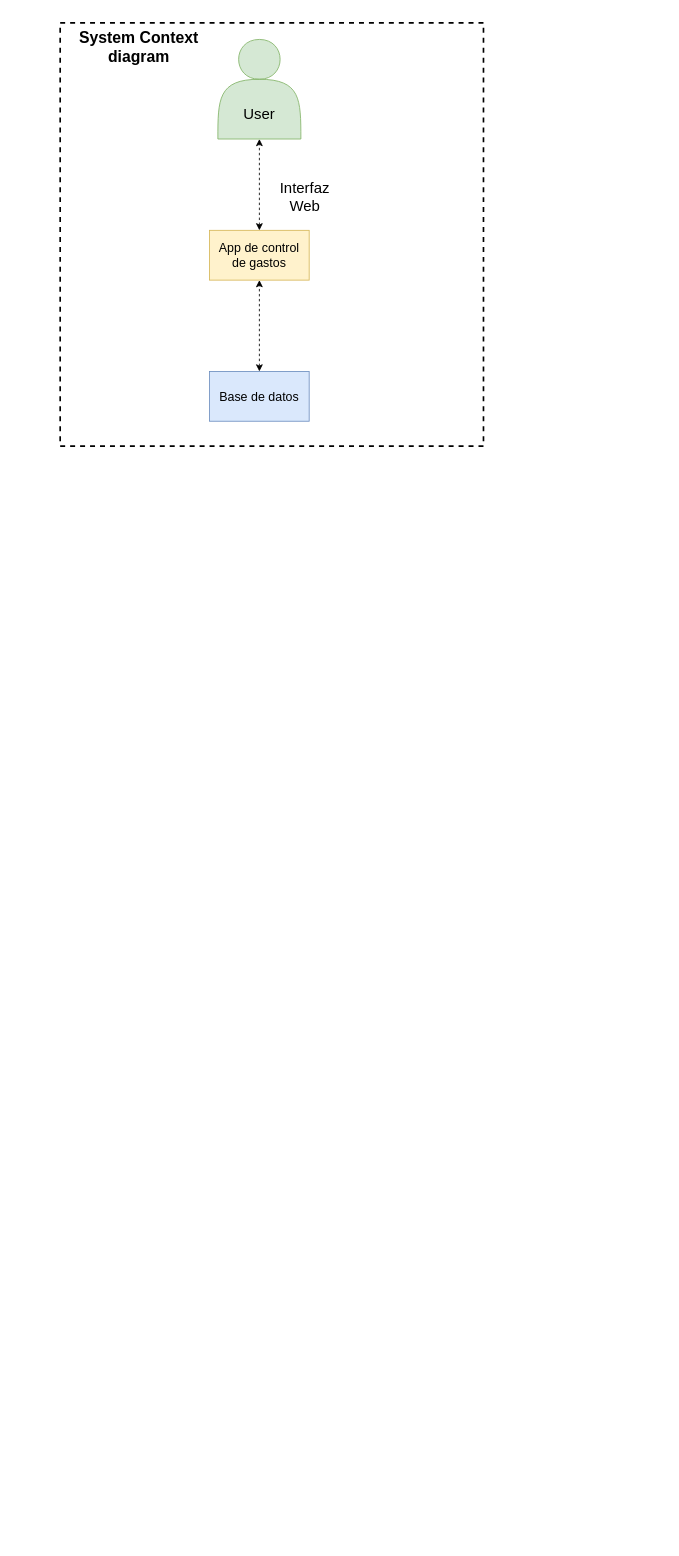
Earlier version of the draw.io diagram Diagram/C4-diagram.drawio (Camilo2299/CI-CD-Project). Source tidied: cells renumbered, new cells numbered last; positions are measured from the earlier drawing's top-left corner, leaving out a move shared by most shapes. Both pictures are drawn from the tidied source at 83%, with x=0, y=0 at pixel (60, 14).
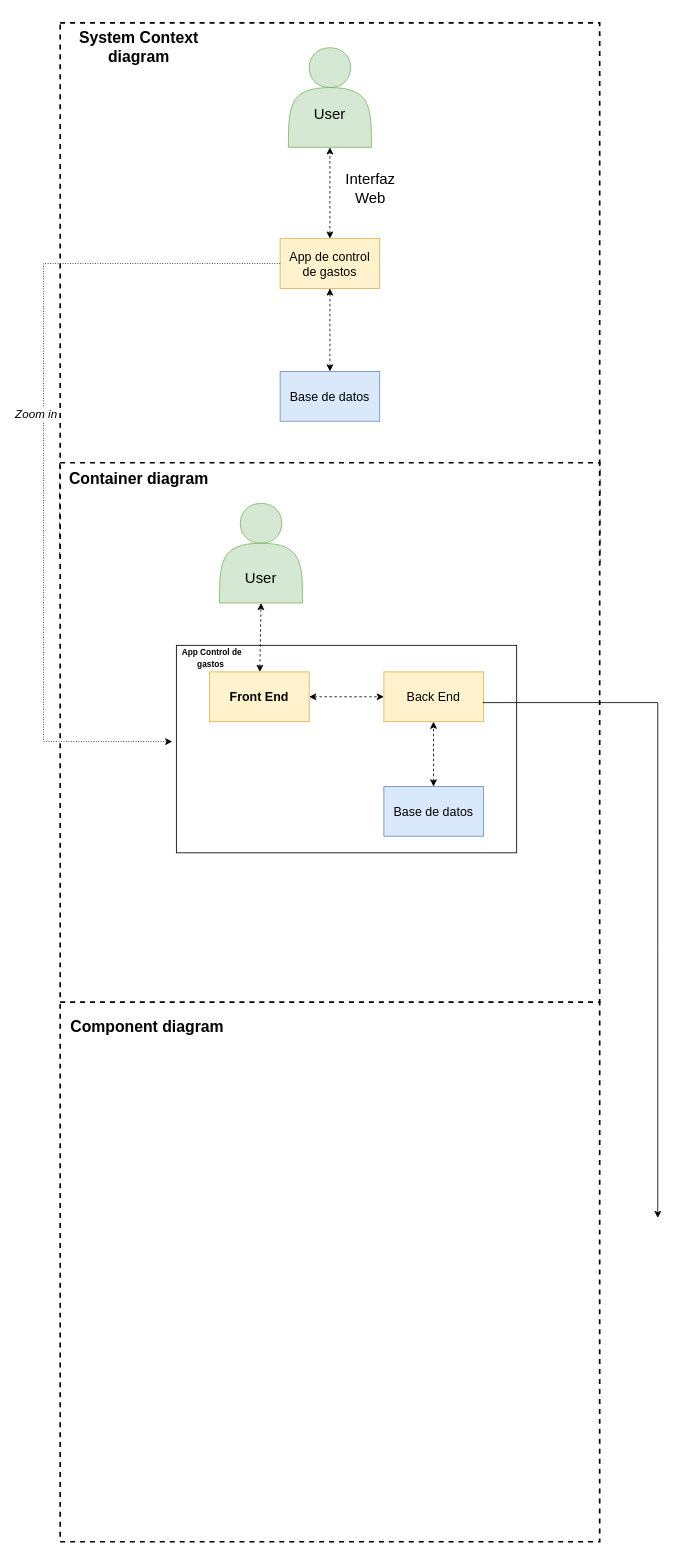
The same page after the edit.

Change to the diagram source:
```diff
@@
     <mxCell id="2" style="whiteSpace=wrap;html=1;dashed=1;strokeWidth=2;" parent="1" vertex="1">
-      <mxGeometry y="10" width="510" height="510" as="geometry" />
+      <mxGeometry y="10" width="650" height="650" as="geometry" />
     </mxCell>
     <mxCell id="3" style="shape=actor;whiteSpace=wrap;html=1;fillColor=#d5e8d4;strokeColor=#82b366;" parent="1" vertex="1">
-      <mxGeometry x="190" y="30" width="100" height="120" as="geometry" />
+      <mxGeometry x="275" y="40" width="100" height="120" as="geometry" />
     </mxCell>
     <mxCell id="4" style="rounded=0;whiteSpace=wrap;html=1;fillColor=#fff2cc;strokeColor=#d6b656;" parent="1" vertex="1">
-      <mxGeometry x="180" y="260" width="120" height="60" as="geometry" />
+      <mxGeometry x="265" y="270" width="120" height="60" as="geometry" />
     </mxCell>
     <mxCell id="5" style="rounded=0;whiteSpace=wrap;html=1;fillColor=#dae8fc;strokeColor=#6c8ebf;" parent="1" vertex="1">
-      <mxGeometry x="180" y="430" width="120" height="60" as="geometry" />
+      <mxGeometry x="265" y="430" width="120" height="60" as="geometry" />
     </mxCell>
-    <mxCell id="6" style="html=1;labelBackgroundColor=#ffffff;startArrow=classic;startFill=1;startSize=6;endArrow=classic;endFill=1;endSize=6;jettySize=auto;strokeWidth=1;dashed=1;fontSize=14;rounded=0;entryX=0.5;entryY=1;entryDx=0;entryDy=0;" parent="1" edge="1" target="4">
-      <mxGeometry relative="1" as="geometry">
-        <mxPoint x="240" y="430" as="sourcePoint" />
-      </mxGeometry>
+    <mxCell id="6" style="html=1;labelBackgroundColor=#ffffff;startArrow=classic;startFill=1;startSize=6;endArrow=classic;endFill=1;endSize=6;jettySize=auto;strokeWidth=1;dashed=1;fontSize=14;rounded=0;entryX=0.5;entryY=1;entryDx=0;entryDy=0;exitX=0.5;exitY=0;exitDx=0;exitDy=0;" parent="1" edge="1" source="5" target="4">
+      <mxGeometry relative="1" as="geometry" />
     </mxCell>
-    <mxCell id="7" style="html=1;labelBackgroundColor=#ffffff;startArrow=classic;startFill=1;startSize=6;endArrow=classic;endFill=1;endSize=6;jettySize=auto;strokeWidth=1;dashed=1;fontSize=14;rounded=0;entryX=0.5;entryY=1;entryDx=0;entryDy=0;jumpSize=6;" parent="1" edge="1" target="3">
-      <mxGeometry relative="1" as="geometry">
-        <mxPoint x="240" y="260" as="sourcePoint" />
-      </mxGeometry>
+    <mxCell id="7" style="html=1;labelBackgroundColor=#ffffff;startArrow=classic;startFill=1;startSize=6;endArrow=classic;endFill=1;endSize=6;jettySize=auto;strokeWidth=1;dashed=1;fontSize=14;rounded=0;entryX=0.5;entryY=1;entryDx=0;entryDy=0;jumpSize=6;exitX=0.5;exitY=0;exitDx=0;exitDy=0;" parent="1" edge="1" source="4" target="3">
+      <mxGeometry relative="1" as="geometry" />
     </mxCell>
     <mxCell id="8" value="&lt;font style=&quot;font-size: 18px;&quot;&gt;User&lt;/font&gt;" style="text;strokeColor=none;align=center;fillColor=none;html=1;verticalAlign=middle;whiteSpace=wrap;rounded=0;" parent="1" vertex="1">
-      <mxGeometry x="205" y="100" width="70" height="40" as="geometry" />
+      <mxGeometry x="290" y="100" width="70" height="40" as="geometry" />
     </mxCell>
     <mxCell id="9" value="&lt;font style=&quot;font-size: 15px;&quot;&gt;App de control de gastos&lt;/font&gt;" style="text;strokeColor=none;align=center;fillColor=none;html=1;verticalAlign=middle;whiteSpace=wrap;rounded=0;" parent="1" vertex="1">
-      <mxGeometry x="190" y="270" width="100" height="40" as="geometry" />
+      <mxGeometry x="275" y="280" width="100" height="40" as="geometry" />
     </mxCell>
     <mxCell id="10" value="&lt;font style=&quot;font-size: 15px;&quot;&gt;Base de datos&lt;/font&gt;" style="text;strokeColor=none;align=center;fillColor=none;html=1;verticalAlign=middle;whiteSpace=wrap;rounded=0;" parent="1" vertex="1">
-      <mxGeometry x="190" y="440" width="100" height="40" as="geometry" />
+      <mxGeometry x="275" y="440" width="100" height="40" as="geometry" />
     </mxCell>
     <mxCell id="11" value="&lt;font style=&quot;font-size: 18px;&quot;&gt;Interfaz Web&lt;/font&gt;" style="text;strokeColor=none;align=center;fillColor=none;html=1;verticalAlign=middle;whiteSpace=wrap;rounded=0;" parent="1" vertex="1">
-      <mxGeometry x="250" y="200" width="90" height="40" as="geometry" />
+      <mxGeometry x="329" y="190" width="90" height="40" as="geometry" />
     </mxCell>
@@
+    <mxCell id="13" style="whiteSpace=wrap;html=1;dashed=1;strokeWidth=2;" parent="1" vertex="1">
+      <mxGeometry y="540" width="650" height="650" as="geometry" />
+    </mxCell>
+    <mxCell id="14" value="&lt;b&gt;&lt;font style=&quot;font-size: 19px;&quot;&gt;Container diagram&lt;/font&gt;&lt;/b&gt;" style="text;strokeColor=none;align=center;fillColor=none;html=1;verticalAlign=middle;whiteSpace=wrap;rounded=0;" parent="1" vertex="1">
+      <mxGeometry x="10" y="520" width="170" height="80" as="geometry" />
+    </mxCell>
+    <mxCell id="15" style="shape=actor;whiteSpace=wrap;html=1;fillColor=#d5e8d4;strokeColor=#82b366;" parent="1" vertex="1">
+      <mxGeometry x="192" y="589" width="100" height="120" as="geometry" />
+    </mxCell>
+    <mxCell id="16" style="rounded=0;whiteSpace=wrap;html=1;" parent="1" vertex="1">
+      <mxGeometry x="140" y="760" width="410" height="250" as="geometry" />
+    </mxCell>
+    <mxCell id="17" value="&lt;font style=&quot;font-size: 18px;&quot;&gt;User&lt;/font&gt;" style="text;strokeColor=none;align=center;fillColor=none;html=1;verticalAlign=middle;whiteSpace=wrap;rounded=0;" parent="1" vertex="1">
+      <mxGeometry x="207" y="659" width="70" height="40" as="geometry" />
+    </mxCell>
+    <mxCell id="18" style="rounded=0;whiteSpace=wrap;html=1;fillColor=#fff2cc;strokeColor=#d6b656;fontStyle=1;" parent="1" vertex="1">
+      <mxGeometry x="180" y="792" width="120" height="60" as="geometry" />
+    </mxCell>
+    <mxCell id="19" value="&lt;font style=&quot;font-size: 15px;&quot;&gt;Front End&lt;/font&gt;" style="text;strokeColor=none;align=center;fillColor=none;html=1;verticalAlign=middle;whiteSpace=wrap;rounded=0;fontStyle=1;" parent="1" vertex="1">
+      <mxGeometry x="190" y="802" width="100" height="40" as="geometry" />
+    </mxCell>
+    <mxCell id="20" style="rounded=0;whiteSpace=wrap;html=1;fillColor=#fff2cc;strokeColor=#d6b656;" parent="1" vertex="1">
+      <mxGeometry x="390" y="792" width="120" height="60" as="geometry" />
+    </mxCell>
+    <mxCell id="21" value="&lt;font style=&quot;font-size: 15px;&quot;&gt;Back End&lt;/font&gt;" style="text;strokeColor=none;align=center;fillColor=none;html=1;verticalAlign=middle;whiteSpace=wrap;rounded=0;" parent="1" vertex="1">
+      <mxGeometry x="400" y="802" width="100" height="40" as="geometry" />
+    </mxCell>
+    <mxCell id="22" style="rounded=0;whiteSpace=wrap;html=1;fillColor=#dae8fc;strokeColor=#6c8ebf;" parent="1" vertex="1">
+      <mxGeometry x="390" y="930" width="120" height="60" as="geometry" />
+    </mxCell>
+    <mxCell id="23" value="&lt;font style=&quot;font-size: 15px;&quot;&gt;Base de datos&lt;/font&gt;" style="text;strokeColor=none;align=center;fillColor=none;html=1;verticalAlign=middle;whiteSpace=wrap;rounded=0;" parent="1" vertex="1">
+      <mxGeometry x="400" y="940" width="100" height="40" as="geometry" />
+    </mxCell>
+    <mxCell id="24" style="html=1;labelBackgroundColor=#ffffff;startArrow=classic;startFill=1;startSize=6;endArrow=classic;endFill=1;endSize=6;jettySize=auto;orthogonalLoop=1;strokeWidth=1;dashed=1;fontSize=14;rounded=0;entryX=0.5;entryY=1;entryDx=0;entryDy=0;" parent="1" edge="1">
+      <mxGeometry relative="1" as="geometry">
+        <mxPoint x="449.8" y="930" as="sourcePoint" />
+        <mxPoint x="449.8" y="852" as="targetPoint" />
+      </mxGeometry>
+    </mxCell>
+    <mxCell id="25" style="html=1;labelBackgroundColor=#ffffff;startArrow=classic;startFill=1;startSize=6;endArrow=classic;endFill=1;endSize=6;jettySize=auto;strokeWidth=1;dashed=1;fontSize=14;rounded=0;entryX=0;entryY=0.5;entryDx=0;entryDy=0;" parent="1" edge="1" source="18" target="20">
+      <mxGeometry relative="1" as="geometry" />
+    </mxCell>
+    <mxCell id="26" style="html=1;labelBackgroundColor=#ffffff;startArrow=classic;startFill=1;startSize=6;endArrow=classic;endFill=1;endSize=6;jettySize=auto;strokeWidth=1;dashed=1;fontSize=14;rounded=0;entryX=0.5;entryY=1;entryDx=0;entryDy=0;" parent="1" edge="1" source="18" target="15">
+      <mxGeometry relative="1" as="geometry" />
+    </mxCell>
+    <mxCell id="27" value="&lt;b&gt;&lt;font style=&quot;font-size: 10px;&quot;&gt;App Control de gastos&amp;nbsp;&lt;/font&gt;&lt;/b&gt;" style="text;strokeColor=none;align=center;fillColor=none;html=1;verticalAlign=middle;whiteSpace=wrap;rounded=0;" parent="1" vertex="1">
+      <mxGeometry x="131" y="735" width="104" height="80" as="geometry" />
+    </mxCell>
+    <mxCell id="28" style="whiteSpace=wrap;html=1;dashed=1;strokeWidth=2;" parent="1" vertex="1">
+      <mxGeometry y="1190" width="650" height="650" as="geometry" />
+    </mxCell>
+    <mxCell id="29" value="&lt;b&gt;&lt;font style=&quot;font-size: 19px;&quot;&gt;Component diagram&lt;/font&gt;&lt;/b&gt;" style="text;strokeColor=none;align=center;fillColor=none;html=1;verticalAlign=middle;whiteSpace=wrap;rounded=0;" parent="1" vertex="1">
+      <mxGeometry x="10" y="1180" width="190" height="80" as="geometry" />
+    </mxCell>
+    <mxCell id="30" style="endArrow=classic;html=1;rounded=0;entryX=-0.012;entryY=0.464;entryDx=0;entryDy=0;exitX=0;exitY=0.5;exitDx=0;exitDy=0;entryPerimeter=0;dashed=1;dashPattern=1 2;" parent="1" edge="1" source="4" target="16">
+      <mxGeometry relative="1" as="geometry">
+        <Array as="points">
+          <mxPoint x="-20" y="300" />
+          <mxPoint x="-20" y="620" />
+          <mxPoint x="-20" y="876" />
+        </Array>
+      </mxGeometry>
+    </mxCell>
+    <mxCell id="31" value="&lt;font style=&quot;font-size: 14px;&quot;&gt;&lt;i&gt;Zoom in&lt;/i&gt;&lt;/font&gt;" style="edgeLabel;html=1;align=center;verticalAlign=middle;" parent="30" vertex="1">
+      <mxGeometry x="-0.08" y="-2" relative="1" as="geometry">
+        <mxPoint x="-8" y="-1" as="offset" />
+      </mxGeometry>
+    </mxCell>
+    <mxCell id="32" style="endArrow=classic;html=1;rounded=0;exitX=0.992;exitY=0.617;exitDx=0;exitDy=0;exitPerimeter=0;" parent="1" edge="1" source="20">
+      <mxGeometry relative="1" as="geometry">
+        <mxPoint x="720" y="1450" as="targetPoint" />
+        <Array as="points">
+          <mxPoint x="720" y="829" />
+          <mxPoint x="720" y="1120" />
+        </Array>
+      </mxGeometry>
+    </mxCell>
```
